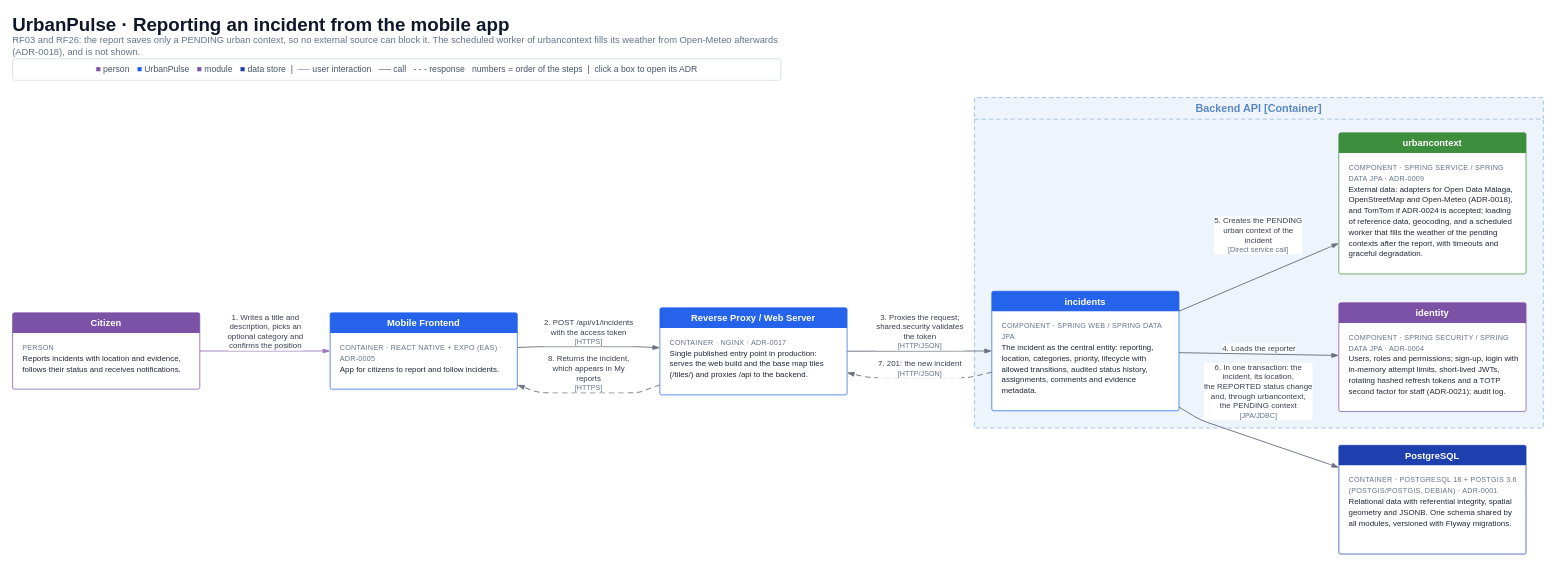
Above: page "10 · Reporting an incident from the mobile app" (10 of 10) of docs/architecture/UrbanPulse-C4.drawio in Dalibex/urban-incidence-manager (draw.io), before the change. Source tidied: cells renumbered, new cells numbered last; positions are measured from the earlier drawing's top-left corner, leaving out a move shared by most shapes. Both pictures are drawn from the tidied source at 72%, with x=0, y=0 at pixel (12, 12).
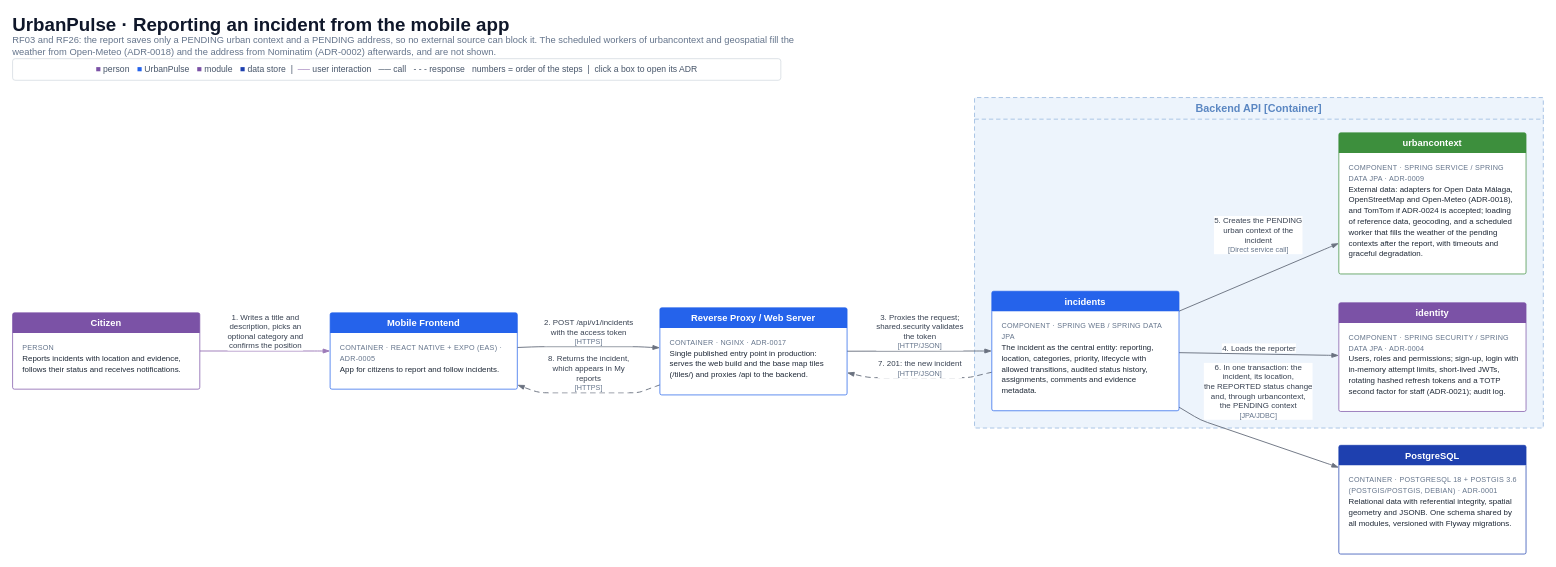
The same page after the edit.

Commit message (it also covers changes not shown here):
docs: document the address enrichment of incidents (#375)

The edit, as a diff of the source:
```diff
@@
-    <mxCell id="3" value="RF03 and RF26: the report saves only a PENDING urban context, so no external source can block it. The scheduled worker of urbancontext fills its weather from Open-Meteo afterwards (ADR-0018), and is not shown." style="text;html=1;whiteSpace=wrap;align=left;verticalAlign=middle;fontFamily=Helvetica;fontSize=13;fontColor=#64748B;spacing=0;" parent="1" vertex="1">
+    <mxCell id="3" value="RF03 and RF26: the report saves only a PENDING urban context and a PENDING address, so no external source can block it. The scheduled workers of urbancontext and geospatial fill the weather from Open-Meteo (ADR-0018) and the address from Nominatim (ADR-0002) afterwards, and are not shown." style="text;html=1;whiteSpace=wrap;align=left;verticalAlign=middle;fontFamily=Helvetica;fontSize=13;fontColor=#64748B;spacing=0;" parent="1" vertex="1">
       <mxGeometry y="36" width="1100" height="20" as="geometry" />
     </mxCell>
```
